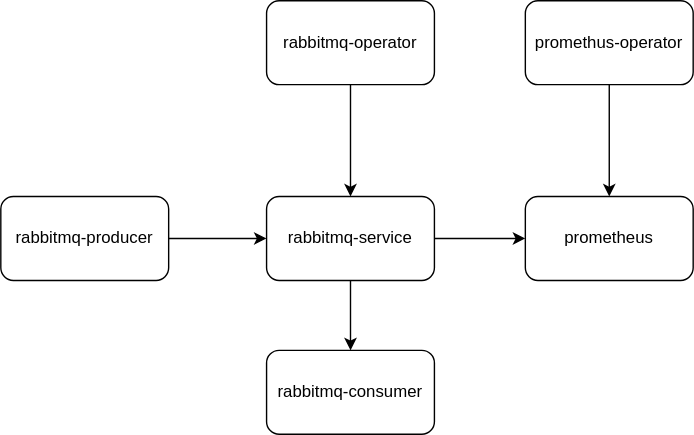
Before: autoscaler/hpa/custom-metrics/diagram.drawio.svg, a diagram exported from draw.io (nakamasato/kubernetes-training). Source tidied: cells renumbered, new cells last; positions are measured from the earlier drawing's top-left corner, leaving out a move shared by most shapes.
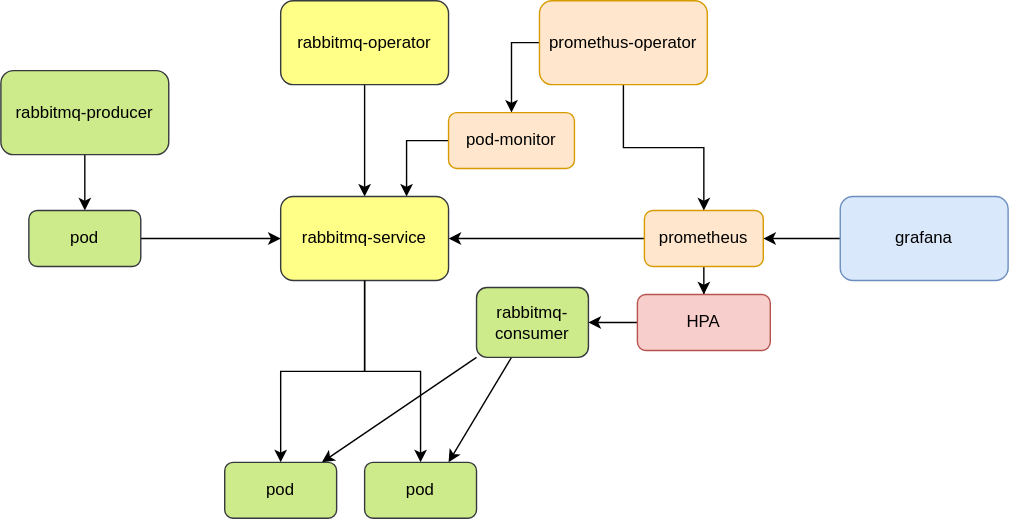
Later version of the same file.

Diff of the diagram source:
```diff
@@ -5,35 +5,88 @@
     <mxCell id="2" style="edgeStyle=orthogonalEdgeStyle;rounded=0;jettySize=auto;html=1;" parent="1" edge="1" source="3" target="6">
       <mxGeometry relative="1" as="geometry" />
     </mxCell>
-    <mxCell id="3" value="rabbitmq-operator" style="rounded=1;whiteSpace=wrap;html=1;" parent="1" vertex="1">
+    <mxCell id="3" value="rabbitmq-operator" style="rounded=1;whiteSpace=wrap;html=1;fillColor=#ffff88;strokeColor=#36393d;" parent="1" vertex="1">
       <mxGeometry x="190" width="120" height="60" as="geometry" />
     </mxCell>
-    <mxCell id="4" style="edgeStyle=orthogonalEdgeStyle;rounded=0;jettySize=auto;html=1;" parent="1" edge="1" source="6" target="7">
+    <mxCell id="4" style="edgeStyle=orthogonalEdgeStyle;rounded=0;jettySize=auto;html=1;entryX=0.5;entryY=0;entryDx=0;entryDy=0;exitX=0.5;exitY=1;exitDx=0;exitDy=0;" parent="1" edge="1" source="6" target="27">
       <mxGeometry relative="1" as="geometry" />
     </mxCell>
-    <mxCell id="5" style="edgeStyle=orthogonalEdgeStyle;rounded=0;jettySize=auto;html=1;" parent="1" edge="1" source="6" target="10">
-      <mxGeometry relative="1" as="geometry" />
-    </mxCell>
-    <mxCell id="6" value="rabbitmq-service" style="rounded=1;whiteSpace=wrap;html=1;" parent="1" vertex="1">
+    <mxCell id="6" value="rabbitmq-service" style="rounded=1;whiteSpace=wrap;html=1;fillColor=#ffff88;strokeColor=#36393d;" parent="1" vertex="1">
       <mxGeometry x="190" y="140" width="120" height="60" as="geometry" />
     </mxCell>
+    <mxCell id="13" style="rounded=0;jettySize=auto;html=1;exitX=0;exitY=1;exitDx=0;exitDy=0;" parent="1" edge="1" source="7" target="28">
+      <mxGeometry relative="1" as="geometry" />
+    </mxCell>
+    <mxCell id="14" style="edgeStyle=none;rounded=0;jettySize=auto;html=1;entryX=0.75;entryY=0;entryDx=0;entryDy=0;" parent="1" edge="1" source="7" target="27">
+      <mxGeometry relative="1" as="geometry" />
+    </mxCell>
-    <mxCell id="7" value="rabbitmq-consumer" style="rounded=1;whiteSpace=wrap;html=1;" parent="1" vertex="1">
-      <mxGeometry x="190" y="250" width="120" height="60" as="geometry" />
+    <mxCell id="7" value="rabbitmq-consumer" style="rounded=1;whiteSpace=wrap;html=1;fillColor=#cdeb8b;strokeColor=#36393d;" parent="1" vertex="1">
+      <mxGeometry x="330" y="205" width="80" height="50" as="geometry" />
     </mxCell>
-    <mxCell id="8" style="edgeStyle=orthogonalEdgeStyle;rounded=0;jettySize=auto;html=1;" parent="1" edge="1" source="9" target="6">
-      <mxGeometry relative="1" as="geometry" />
-    </mxCell>
+    <mxCell id="15" style="edgeStyle=orthogonalEdgeStyle;rounded=0;jettySize=auto;html=1;" parent="1" edge="1" source="9" target="26">
+      <mxGeometry relative="1" as="geometry" />
+    </mxCell>
-    <mxCell id="9" value="rabbitmq-producer" style="rounded=1;whiteSpace=wrap;html=1;" parent="1" vertex="1">
-      <mxGeometry y="140" width="120" height="60" as="geometry" />
+    <mxCell id="9" value="rabbitmq-producer" style="rounded=1;whiteSpace=wrap;html=1;fillColor=#cdeb8b;strokeColor=#36393d;" parent="1" vertex="1">
+      <mxGeometry x="-10" y="50" width="120" height="60" as="geometry" />
     </mxCell>
+    <mxCell id="16" style="edgeStyle=orthogonalEdgeStyle;rounded=0;jettySize=auto;html=1;" parent="1" edge="1" source="10" target="6">
+      <mxGeometry relative="1" as="geometry" />
+    </mxCell>
+    <mxCell id="17" style="edgeStyle=orthogonalEdgeStyle;rounded=0;jettySize=auto;html=1;" parent="1" edge="1" source="10" target="24">
+      <mxGeometry relative="1" as="geometry" />
+    </mxCell>
-    <mxCell id="10" value="prometheus" style="whiteSpace=wrap;html=1;rounded=1;" parent="1" vertex="1">
-      <mxGeometry x="375" y="140" width="120" height="60" as="geometry" />
+    <mxCell id="10" value="prometheus" style="whiteSpace=wrap;html=1;rounded=1;fillColor=#ffe6cc;strokeColor=#d79b00;" parent="1" vertex="1">
+      <mxGeometry x="450" y="150" width="85" height="40" as="geometry" />
     </mxCell>
     <mxCell id="11" style="edgeStyle=orthogonalEdgeStyle;rounded=0;jettySize=auto;html=1;" parent="1" edge="1" source="12" target="10">
       <mxGeometry relative="1" as="geometry" />
     </mxCell>
+    <mxCell id="18" style="edgeStyle=orthogonalEdgeStyle;rounded=0;jettySize=auto;html=1;entryX=0.5;entryY=0;entryDx=0;entryDy=0;" parent="1" edge="1" source="12" target="20">
+      <mxGeometry relative="1" as="geometry">
+        <Array as="points">
+          <mxPoint x="355" y="30" />
+        </Array>
+      </mxGeometry>
+    </mxCell>
-    <mxCell id="12" value="promethus-operator" style="rounded=1;whiteSpace=wrap;html=1;" parent="1" vertex="1">
+    <mxCell id="12" value="promethus-operator" style="rounded=1;whiteSpace=wrap;html=1;fillColor=#ffe6cc;strokeColor=#d79b00;" parent="1" vertex="1">
       <mxGeometry x="375" width="120" height="60" as="geometry" />
     </mxCell>
+    <mxCell id="19" style="edgeStyle=orthogonalEdgeStyle;rounded=0;jettySize=auto;html=1;entryX=0.75;entryY=0;entryDx=0;entryDy=0;exitX=0;exitY=0.5;exitDx=0;exitDy=0;" parent="1" edge="1" source="20" target="6">
+      <mxGeometry relative="1" as="geometry">
+        <Array as="points">
+          <mxPoint x="280" y="100" />
+        </Array>
+      </mxGeometry>
+    </mxCell>
+    <mxCell id="20" value="pod-monitor" style="rounded=1;whiteSpace=wrap;html=1;fillColor=#ffe6cc;strokeColor=#d79b00;" parent="1" vertex="1">
+      <mxGeometry x="310" y="80" width="90" height="40" as="geometry" />
+    </mxCell>
+    <mxCell id="21" style="edgeStyle=orthogonalEdgeStyle;rounded=0;jettySize=auto;html=1;" parent="1" edge="1" source="22" target="10">
+      <mxGeometry relative="1" as="geometry" />
+    </mxCell>
+    <mxCell id="22" value="grafana" style="whiteSpace=wrap;html=1;rounded=1;fillColor=#dae8fc;strokeColor=#6c8ebf;" parent="1" vertex="1">
+      <mxGeometry x="590" y="140" width="120" height="60" as="geometry" />
+    </mxCell>
+    <mxCell id="23" style="edgeStyle=orthogonalEdgeStyle;rounded=0;jettySize=auto;html=1;" parent="1" edge="1" source="24" target="7">
+      <mxGeometry relative="1" as="geometry" />
+    </mxCell>
+    <mxCell id="24" value="HPA" style="whiteSpace=wrap;html=1;rounded=1;fillColor=#f8cecc;strokeColor=#b85450;" parent="1" vertex="1">
+      <mxGeometry x="445" y="210" width="95" height="40" as="geometry" />
+    </mxCell>
+    <mxCell id="25" style="edgeStyle=orthogonalEdgeStyle;rounded=0;jettySize=auto;html=1;" parent="1" edge="1" source="26" target="6">
+      <mxGeometry relative="1" as="geometry" />
+    </mxCell>
+    <mxCell id="26" value="pod" style="rounded=1;whiteSpace=wrap;html=1;fillColor=#cdeb8b;strokeColor=#36393d;" parent="1" vertex="1">
+      <mxGeometry x="10" y="150" width="80" height="40" as="geometry" />
+    </mxCell>
+    <mxCell id="27" value="pod" style="rounded=1;whiteSpace=wrap;html=1;fillColor=#cdeb8b;strokeColor=#36393d;" parent="1" vertex="1">
+      <mxGeometry x="250" y="330" width="80" height="40" as="geometry" />
+    </mxCell>
+    <mxCell id="28" value="pod" style="rounded=1;whiteSpace=wrap;html=1;fillColor=#cdeb8b;strokeColor=#36393d;" parent="1" vertex="1">
+      <mxGeometry x="150" y="330" width="80" height="40" as="geometry" />
+    </mxCell>
+    <mxCell id="29" style="edgeStyle=orthogonalEdgeStyle;rounded=0;jettySize=auto;html=1;entryX=0.5;entryY=0;entryDx=0;entryDy=0;" parent="1" edge="1" source="6" target="28">
+      <mxGeometry relative="1" as="geometry" />
+    </mxCell>
   </root>
 </mxGraphModel>
```
